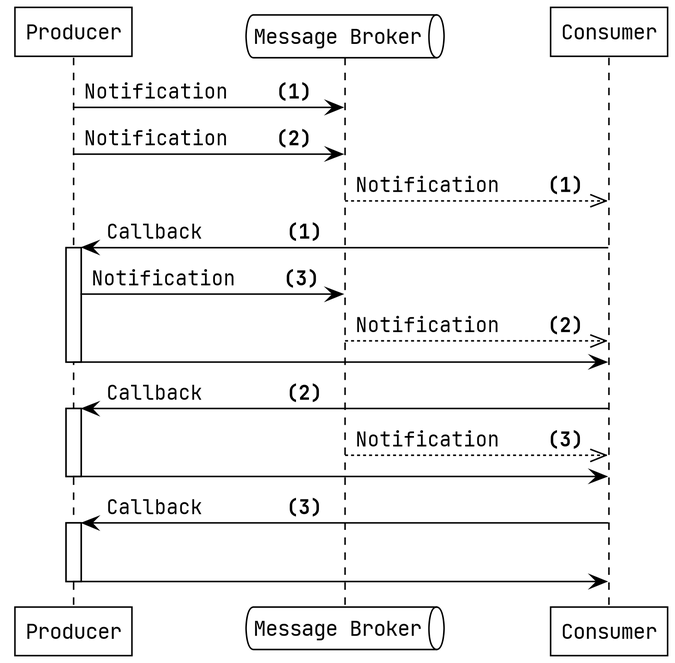
The PlantUML diagram ch7/docs/Diagrams/notification_ordering.png in stackus/eda-with-golang, before a commit. Its diagram source:
```plantuml
@startuml
!theme plain
skinparam dpi 400
skinparam defaultFontName Jetbrains Mono
skinparam ParticipantPadding 0

participant Producer as prod
queue "Message Broker" as b
participant Consumer as con

prod -> b : Notification    <b>(1)</b>
prod -> b : Notification    <b>(2)</b>
b -->> con : Notification    <b>(1)</b>

con -> prod ++ : Callback       <b>(1)</b>
prod -> b : Notification    <b>(3)</b>
b -->> con : Notification    <b>(2)</b>
prod -> con --

con -> prod ++ : Callback       <b>(2)</b>
b -->> con : Notification    <b>(3)</b>
prod -> con --

con -> prod ++  : Callback       <b>(3)</b>
|||
prod -> con --

@enduml
```
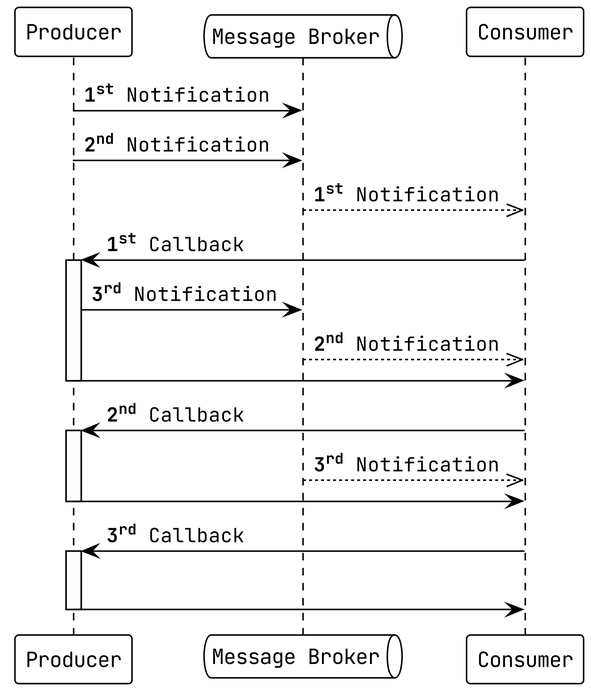
The same diagram one commit later.

Diff of the diagram source:
```diff
@@ -8,20 +8,20 @@
 queue "Message Broker" as b
 participant Consumer as con
 
-prod -> b : Notification    <b>(1)</b>
-prod -> b : Notification    <b>(2)</b>
-b -->> con : Notification    <b>(1)</b>
+prod -> b : <b>1<sup>st</sup></b> Notification
+prod -> b : <b>2<sup>nd</sup></b> Notification
+b -->> con : <b>1<sup>st</sup></b> Notification
 
-con -> prod ++ : Callback       <b>(1)</b>
-prod -> b : Notification    <b>(3)</b>
-b -->> con : Notification    <b>(2)</b>
+con -> prod ++ : <b>1<sup>st</sup></b> Callback
+prod -> b : <b>3<sup>rd</sup></b> Notification
+b -->> con : <b>2<sup>nd</sup></b> Notification
 prod -> con --
 
-con -> prod ++ : Callback       <b>(2)</b>
-b -->> con : Notification    <b>(3)</b>
+con -> prod ++ : <b>2<sup>nd</sup></b> Callback
+b -->> con : <b>3<sup>rd</sup></b> Notification
 prod -> con --
 
-con -> prod ++  : Callback       <b>(3)</b>
+con -> prod ++  : <b>3<sup>rd</sup></b> Callback
 |||
 prod -> con --
 
```
